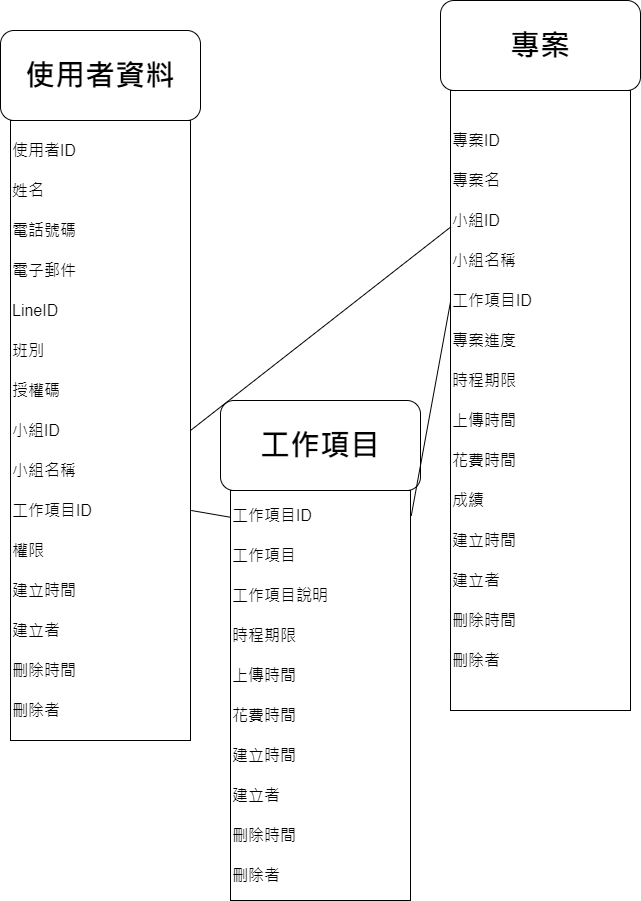
Before: 概念圖.png, a diagram exported from draw.io (hfregg654/Projectdesign_ProjectImmediateReply). Source tidied: cells renumbered, new cells last; positions are measured from the earlier drawing's top-left corner, leaving out a move shared by most shapes. Its diagram source:
```xml
<mxGraphModel>
  <root>
    <mxCell id="0" />
    <mxCell id="1" parent="0" />
    <mxCell id="2" value="&lt;font style=&quot;font-size: 30px&quot;&gt;&lt;b&gt;使用者資料&lt;/b&gt;&lt;/font&gt;" style="rounded=1;whiteSpace=wrap;html=1;" parent="1" vertex="1">
      <mxGeometry y="30" width="200" height="90" as="geometry" />
    </mxCell>
    <mxCell id="3" value="&lt;font style=&quot;font-size: 30px&quot;&gt;&lt;b&gt;專案&lt;/b&gt;&lt;/font&gt;" style="rounded=1;whiteSpace=wrap;html=1;" parent="1" vertex="1">
      <mxGeometry x="440" width="200" height="90" as="geometry" />
    </mxCell>
    <mxCell id="4" value="&lt;font style=&quot;font-size: 16px ; line-height: 250%&quot;&gt;專案ID&lt;br&gt;專案名&lt;br&gt;小組ID&lt;br&gt;小組名稱&lt;br&gt;工作項目ID&lt;br&gt;專案進度&lt;br&gt;時程期限&lt;br&gt;上傳時間&lt;br&gt;花費時間&lt;br&gt;成績&lt;br&gt;建立時間&lt;br&gt;建立者&lt;br&gt;刪除時間&lt;br&gt;刪除者&lt;/font&gt;" style="rounded=0;whiteSpace=wrap;html=1;align=left;" parent="1" vertex="1">
      <mxGeometry x="450" y="90" width="180" height="620" as="geometry" />
    </mxCell>
    <mxCell id="5" value="&lt;p style=&quot;line-height: 100%&quot;&gt;&lt;/p&gt;&lt;div style=&quot;line-height: 250% ; font-size: 16px&quot;&gt;&lt;font style=&quot;font-size: 16px&quot;&gt;使用者ID&lt;/font&gt;&lt;/div&gt;&lt;div style=&quot;font-size: 16px&quot;&gt;&lt;font style=&quot;font-size: 16px ; line-height: 250%&quot;&gt;姓名&lt;/font&gt;&lt;/div&gt;&lt;div style=&quot;font-size: 16px&quot;&gt;&lt;font style=&quot;font-size: 16px ; line-height: 250%&quot;&gt;電話號碼&lt;/font&gt;&lt;/div&gt;&lt;div style=&quot;font-size: 16px&quot;&gt;&lt;font style=&quot;font-size: 16px ; line-height: 250%&quot;&gt;電子郵件&lt;/font&gt;&lt;/div&gt;&lt;div style=&quot;font-size: 16px&quot;&gt;&lt;font style=&quot;font-size: 16px ; line-height: 250%&quot;&gt;LineID&lt;/font&gt;&lt;/div&gt;&lt;div style=&quot;font-size: 16px&quot;&gt;&lt;font style=&quot;font-size: 16px ; line-height: 250%&quot;&gt;班別&lt;/font&gt;&lt;/div&gt;&lt;div style=&quot;font-size: 16px&quot;&gt;&lt;font style=&quot;font-size: 16px ; line-height: 250%&quot;&gt;授權碼&lt;/font&gt;&lt;/div&gt;&lt;div style=&quot;font-size: 16px&quot;&gt;&lt;font style=&quot;font-size: 16px ; line-height: 250%&quot;&gt;小組ID&lt;/font&gt;&lt;/div&gt;&lt;div style=&quot;font-size: 16px&quot;&gt;&lt;font style=&quot;font-size: 16px ; line-height: 250%&quot;&gt;小組名稱&lt;/font&gt;&lt;/div&gt;&lt;div style=&quot;font-size: 16px&quot;&gt;&lt;font style=&quot;font-size: 16px ; line-height: 250%&quot;&gt;工作項目ID&lt;/font&gt;&lt;/div&gt;&lt;div style=&quot;font-size: 16px&quot;&gt;&lt;font style=&quot;font-size: 16px ; line-height: 250%&quot;&gt;權限&lt;/font&gt;&lt;/div&gt;&lt;div style=&quot;font-size: 16px&quot;&gt;&lt;font style=&quot;font-size: 16px ; line-height: 250%&quot;&gt;建立時間&lt;/font&gt;&lt;/div&gt;&lt;div style=&quot;font-size: 16px&quot;&gt;&lt;font style=&quot;font-size: 16px ; line-height: 250%&quot;&gt;建立者&lt;/font&gt;&lt;/div&gt;&lt;div style=&quot;font-size: 16px&quot;&gt;&lt;font style=&quot;font-size: 16px ; line-height: 250%&quot;&gt;刪除時間&lt;/font&gt;&lt;/div&gt;&lt;div style=&quot;font-size: 16px&quot;&gt;&lt;font style=&quot;font-size: 16px ; line-height: 250%&quot;&gt;刪除者&lt;/font&gt;&lt;/div&gt;&lt;p&gt;&lt;/p&gt;" style="rounded=0;whiteSpace=wrap;html=1;align=left;" parent="1" vertex="1">
      <mxGeometry x="10" y="120" width="180" height="620" as="geometry" />
    </mxCell>
    <mxCell id="6" style="endArrow=none;html=1;exitX=1;exitY=0.5;exitDx=0;exitDy=0;entryX=0.002;entryY=0.22;entryDx=0;entryDy=0;entryPerimeter=0;" parent="1" edge="1" source="5" target="4">
      <mxGeometry relative="1" as="geometry" />
    </mxCell>
    <mxCell id="7" value="&lt;font style=&quot;font-size: 30px&quot;&gt;&lt;b&gt;工作項目&lt;/b&gt;&lt;/font&gt;" style="rounded=1;whiteSpace=wrap;html=1;" parent="1" vertex="1">
      <mxGeometry x="220" y="400" width="200" height="90" as="geometry" />
    </mxCell>
    <mxCell id="8" value="&lt;font style=&quot;line-height: 250% ; font-size: 16px&quot;&gt;工作項目ID&lt;br&gt;工作項目&lt;br&gt;工作項目說明&lt;br&gt;時程期限&lt;br&gt;上傳時間&lt;br&gt;花費時間&lt;br&gt;建立時間&lt;br&gt;建立者&lt;br&gt;刪除時間&lt;br&gt;刪除者&lt;br&gt;&lt;/font&gt;" style="rounded=0;whiteSpace=wrap;html=1;align=left;" parent="1" vertex="1">
      <mxGeometry x="230" y="490" width="180" height="410" as="geometry" />
    </mxCell>
    <mxCell id="9" style="endArrow=none;html=1;entryX=0;entryY=0.341;entryDx=0;entryDy=0;entryPerimeter=0;exitX=1.004;exitY=0.062;exitDx=0;exitDy=0;exitPerimeter=0;" parent="1" edge="1" source="8" target="4">
      <mxGeometry relative="1" as="geometry" />
    </mxCell>
    <mxCell id="10" style="endArrow=none;html=1;exitX=1.004;exitY=0.629;exitDx=0;exitDy=0;exitPerimeter=0;entryX=-0.004;entryY=0.065;entryDx=0;entryDy=0;entryPerimeter=0;" parent="1" edge="1" source="5" target="8">
      <mxGeometry relative="1" as="geometry" />
    </mxCell>
  </root>
</mxGraphModel>
```
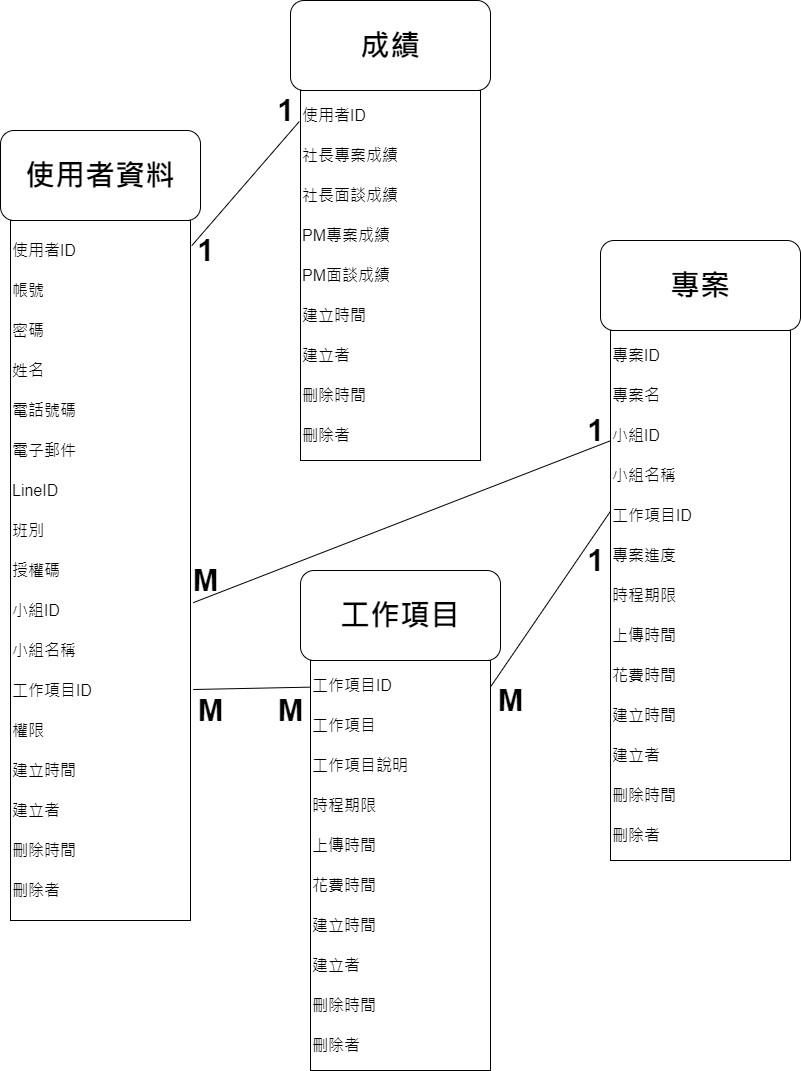
The same file after the commit.

Change to the diagram source:
```diff
@@ -3,31 +3,64 @@
     <mxCell id="0" />
     <mxCell id="1" parent="0" />
     <mxCell id="2" value="&lt;font style=&quot;font-size: 30px&quot;&gt;&lt;b&gt;使用者資料&lt;/b&gt;&lt;/font&gt;" style="rounded=1;whiteSpace=wrap;html=1;" parent="1" vertex="1">
-      <mxGeometry y="30" width="200" height="90" as="geometry" />
+      <mxGeometry x="310" y="-230" width="200" height="90" as="geometry" />
     </mxCell>
     <mxCell id="3" value="&lt;font style=&quot;font-size: 30px&quot;&gt;&lt;b&gt;專案&lt;/b&gt;&lt;/font&gt;" style="rounded=1;whiteSpace=wrap;html=1;" parent="1" vertex="1">
-      <mxGeometry x="440" width="200" height="90" as="geometry" />
+      <mxGeometry x="910" y="-120" width="200" height="90" as="geometry" />
     </mxCell>
-    <mxCell id="4" value="&lt;font style=&quot;font-size: 16px ; line-height: 250%&quot;&gt;專案ID&lt;br&gt;專案名&lt;br&gt;小組ID&lt;br&gt;小組名稱&lt;br&gt;工作項目ID&lt;br&gt;專案進度&lt;br&gt;時程期限&lt;br&gt;上傳時間&lt;br&gt;花費時間&lt;br&gt;成績&lt;br&gt;建立時間&lt;br&gt;建立者&lt;br&gt;刪除時間&lt;br&gt;刪除者&lt;/font&gt;" style="rounded=0;whiteSpace=wrap;html=1;align=left;" parent="1" vertex="1">
-      <mxGeometry x="450" y="90" width="180" height="620" as="geometry" />
+    <mxCell id="4" value="&lt;font style=&quot;font-size: 16px ; line-height: 250%&quot;&gt;專案ID&lt;br&gt;專案名&lt;br&gt;小組ID&lt;br&gt;小組名稱&lt;br&gt;工作項目ID&lt;br&gt;專案進度&lt;br&gt;時程期限&lt;br&gt;上傳時間&lt;br&gt;花費時間&lt;br&gt;建立時間&lt;br&gt;建立者&lt;br&gt;刪除時間&lt;br&gt;刪除者&lt;/font&gt;" style="rounded=0;whiteSpace=wrap;html=1;align=left;" parent="1" vertex="1">
+      <mxGeometry x="920" y="-30" width="180" height="530" as="geometry" />
     </mxCell>
-    <mxCell id="5" value="&lt;p style=&quot;line-height: 100%&quot;&gt;&lt;/p&gt;&lt;div style=&quot;line-height: 250% ; font-size: 16px&quot;&gt;&lt;font style=&quot;font-size: 16px&quot;&gt;使用者ID&lt;/font&gt;&lt;/div&gt;&lt;div style=&quot;font-size: 16px&quot;&gt;&lt;font style=&quot;font-size: 16px ; line-height: 250%&quot;&gt;姓名&lt;/font&gt;&lt;/div&gt;&lt;div style=&quot;font-size: 16px&quot;&gt;&lt;font style=&quot;font-size: 16px ; line-height: 250%&quot;&gt;電話號碼&lt;/font&gt;&lt;/div&gt;&lt;div style=&quot;font-size: 16px&quot;&gt;&lt;font style=&quot;font-size: 16px ; line-height: 250%&quot;&gt;電子郵件&lt;/font&gt;&lt;/div&gt;&lt;div style=&quot;font-size: 16px&quot;&gt;&lt;font style=&quot;font-size: 16px ; line-height: 250%&quot;&gt;LineID&lt;/font&gt;&lt;/div&gt;&lt;div style=&quot;font-size: 16px&quot;&gt;&lt;font style=&quot;font-size: 16px ; line-height: 250%&quot;&gt;班別&lt;/font&gt;&lt;/div&gt;&lt;div style=&quot;font-size: 16px&quot;&gt;&lt;font style=&quot;font-size: 16px ; line-height: 250%&quot;&gt;授權碼&lt;/font&gt;&lt;/div&gt;&lt;div style=&quot;font-size: 16px&quot;&gt;&lt;font style=&quot;font-size: 16px ; line-height: 250%&quot;&gt;小組ID&lt;/font&gt;&lt;/div&gt;&lt;div style=&quot;font-size: 16px&quot;&gt;&lt;font style=&quot;font-size: 16px ; line-height: 250%&quot;&gt;小組名稱&lt;/font&gt;&lt;/div&gt;&lt;div style=&quot;font-size: 16px&quot;&gt;&lt;font style=&quot;font-size: 16px ; line-height: 250%&quot;&gt;工作項目ID&lt;/font&gt;&lt;/div&gt;&lt;div style=&quot;font-size: 16px&quot;&gt;&lt;font style=&quot;font-size: 16px ; line-height: 250%&quot;&gt;權限&lt;/font&gt;&lt;/div&gt;&lt;div style=&quot;font-size: 16px&quot;&gt;&lt;font style=&quot;font-size: 16px ; line-height: 250%&quot;&gt;建立時間&lt;/font&gt;&lt;/div&gt;&lt;div style=&quot;font-size: 16px&quot;&gt;&lt;font style=&quot;font-size: 16px ; line-height: 250%&quot;&gt;建立者&lt;/font&gt;&lt;/div&gt;&lt;div style=&quot;font-size: 16px&quot;&gt;&lt;font style=&quot;font-size: 16px ; line-height: 250%&quot;&gt;刪除時間&lt;/font&gt;&lt;/div&gt;&lt;div style=&quot;font-size: 16px&quot;&gt;&lt;font style=&quot;font-size: 16px ; line-height: 250%&quot;&gt;刪除者&lt;/font&gt;&lt;/div&gt;&lt;p&gt;&lt;/p&gt;" style="rounded=0;whiteSpace=wrap;html=1;align=left;" parent="1" vertex="1">
-      <mxGeometry x="10" y="120" width="180" height="620" as="geometry" />
+    <mxCell id="5" value="&lt;p style=&quot;line-height: 100%&quot;&gt;&lt;/p&gt;&lt;div style=&quot;line-height: 250% ; font-size: 16px&quot;&gt;&lt;font style=&quot;font-size: 16px&quot;&gt;使用者ID&lt;/font&gt;&lt;/div&gt;&lt;div style=&quot;line-height: 250% ; font-size: 16px&quot;&gt;&lt;font style=&quot;font-size: 16px&quot;&gt;帳號&lt;/font&gt;&lt;/div&gt;&lt;div style=&quot;line-height: 250% ; font-size: 16px&quot;&gt;&lt;font style=&quot;font-size: 16px&quot;&gt;密碼&lt;/font&gt;&lt;/div&gt;&lt;div style=&quot;font-size: 16px&quot;&gt;&lt;font style=&quot;font-size: 16px ; line-height: 250%&quot;&gt;姓名&lt;/font&gt;&lt;/div&gt;&lt;div style=&quot;font-size: 16px&quot;&gt;&lt;font style=&quot;font-size: 16px ; line-height: 250%&quot;&gt;電話號碼&lt;/font&gt;&lt;/div&gt;&lt;div style=&quot;font-size: 16px&quot;&gt;&lt;font style=&quot;font-size: 16px ; line-height: 250%&quot;&gt;電子郵件&lt;/font&gt;&lt;/div&gt;&lt;div style=&quot;font-size: 16px&quot;&gt;&lt;font style=&quot;font-size: 16px ; line-height: 250%&quot;&gt;LineID&lt;/font&gt;&lt;/div&gt;&lt;div style=&quot;font-size: 16px&quot;&gt;&lt;font style=&quot;font-size: 16px ; line-height: 250%&quot;&gt;班別&lt;/font&gt;&lt;/div&gt;&lt;div style=&quot;font-size: 16px&quot;&gt;&lt;font style=&quot;font-size: 16px ; line-height: 250%&quot;&gt;授權碼&lt;/font&gt;&lt;/div&gt;&lt;div style=&quot;font-size: 16px&quot;&gt;&lt;font style=&quot;font-size: 16px ; line-height: 250%&quot;&gt;小組ID&lt;/font&gt;&lt;/div&gt;&lt;div style=&quot;font-size: 16px&quot;&gt;&lt;font style=&quot;font-size: 16px ; line-height: 250%&quot;&gt;小組名稱&lt;/font&gt;&lt;/div&gt;&lt;div style=&quot;font-size: 16px&quot;&gt;&lt;font style=&quot;font-size: 16px ; line-height: 250%&quot;&gt;工作項目ID&lt;/font&gt;&lt;/div&gt;&lt;div style=&quot;font-size: 16px&quot;&gt;&lt;font style=&quot;font-size: 16px ; line-height: 250%&quot;&gt;權限&lt;/font&gt;&lt;/div&gt;&lt;div style=&quot;font-size: 16px&quot;&gt;&lt;font style=&quot;font-size: 16px ; line-height: 250%&quot;&gt;建立時間&lt;/font&gt;&lt;/div&gt;&lt;div style=&quot;font-size: 16px&quot;&gt;&lt;font style=&quot;font-size: 16px ; line-height: 250%&quot;&gt;建立者&lt;/font&gt;&lt;/div&gt;&lt;div style=&quot;font-size: 16px&quot;&gt;&lt;font style=&quot;font-size: 16px ; line-height: 250%&quot;&gt;刪除時間&lt;/font&gt;&lt;/div&gt;&lt;div style=&quot;font-size: 16px&quot;&gt;&lt;font style=&quot;font-size: 16px ; line-height: 250%&quot;&gt;刪除者&lt;/font&gt;&lt;/div&gt;&lt;p&gt;&lt;/p&gt;" style="rounded=0;whiteSpace=wrap;html=1;align=left;" parent="1" vertex="1">
+      <mxGeometry x="320" y="-140" width="180" height="700" as="geometry" />
     </mxCell>
-    <mxCell id="6" style="endArrow=none;html=1;exitX=1;exitY=0.5;exitDx=0;exitDy=0;entryX=0.002;entryY=0.22;entryDx=0;entryDy=0;entryPerimeter=0;" parent="1" edge="1" source="5" target="4">
+    <mxCell id="6" style="endArrow=none;html=1;exitX=1.015;exitY=0.546;exitDx=0;exitDy=0;exitPerimeter=0;entryX=0;entryY=0.208;entryDx=0;entryDy=0;entryPerimeter=0;" parent="1" edge="1" source="5" target="4">
       <mxGeometry relative="1" as="geometry" />
     </mxCell>
     <mxCell id="7" value="&lt;font style=&quot;font-size: 30px&quot;&gt;&lt;b&gt;工作項目&lt;/b&gt;&lt;/font&gt;" style="rounded=1;whiteSpace=wrap;html=1;" parent="1" vertex="1">
-      <mxGeometry x="220" y="400" width="200" height="90" as="geometry" />
+      <mxGeometry x="610" y="210" width="200" height="90" as="geometry" />
     </mxCell>
     <mxCell id="8" value="&lt;font style=&quot;line-height: 250% ; font-size: 16px&quot;&gt;工作項目ID&lt;br&gt;工作項目&lt;br&gt;工作項目說明&lt;br&gt;時程期限&lt;br&gt;上傳時間&lt;br&gt;花費時間&lt;br&gt;建立時間&lt;br&gt;建立者&lt;br&gt;刪除時間&lt;br&gt;刪除者&lt;br&gt;&lt;/font&gt;" style="rounded=0;whiteSpace=wrap;html=1;align=left;" parent="1" vertex="1">
-      <mxGeometry x="230" y="490" width="180" height="410" as="geometry" />
+      <mxGeometry x="620" y="300" width="180" height="410" as="geometry" />
     </mxCell>
     <mxCell id="9" style="endArrow=none;html=1;entryX=0;entryY=0.341;entryDx=0;entryDy=0;entryPerimeter=0;exitX=1.004;exitY=0.062;exitDx=0;exitDy=0;exitPerimeter=0;" parent="1" edge="1" source="8" target="4">
       <mxGeometry relative="1" as="geometry" />
     </mxCell>
-    <mxCell id="10" style="endArrow=none;html=1;exitX=1.004;exitY=0.629;exitDx=0;exitDy=0;exitPerimeter=0;entryX=-0.004;entryY=0.065;entryDx=0;entryDy=0;entryPerimeter=0;" parent="1" edge="1" source="5" target="8">
+    <mxCell id="10" style="endArrow=none;html=1;exitX=1.015;exitY=0.67;exitDx=0;exitDy=0;exitPerimeter=0;entryX=-0.004;entryY=0.065;entryDx=0;entryDy=0;entryPerimeter=0;" parent="1" edge="1" source="5" target="8">
       <mxGeometry relative="1" as="geometry" />
     </mxCell>
+    <mxCell id="11" value="&lt;font style=&quot;font-size: 30px&quot;&gt;&lt;b&gt;成績&lt;/b&gt;&lt;/font&gt;" style="rounded=1;whiteSpace=wrap;html=1;" parent="1" vertex="1">
+      <mxGeometry x="600" y="-360" width="200" height="90" as="geometry" />
+    </mxCell>
+    <mxCell id="12" value="&lt;font style=&quot;font-size: 16px ; line-height: 250%&quot;&gt;使用者ID&lt;br&gt;社長專案成績&lt;br&gt;社長面談成績&lt;br&gt;PM專案成績&lt;br&gt;PM面談成績&lt;br&gt;建立時間&lt;br&gt;建立者&lt;br&gt;刪除時間&lt;br&gt;刪除者&lt;br&gt;&lt;/font&gt;" style="rounded=0;whiteSpace=wrap;html=1;align=left;" parent="1" vertex="1">
+      <mxGeometry x="610" y="-270" width="180" height="370" as="geometry" />
+    </mxCell>
+    <mxCell id="13" style="endArrow=none;html=1;exitX=1.007;exitY=0.036;exitDx=0;exitDy=0;exitPerimeter=0;entryX=-0.007;entryY=0.084;entryDx=0;entryDy=0;entryPerimeter=0;" parent="1" edge="1" source="5" target="12">
+      <mxGeometry relative="1" as="geometry" />
+    </mxCell>
+    <mxCell id="14" value="&lt;font style=&quot;font-size: 30px&quot;&gt;&lt;b&gt;1&lt;/b&gt;&lt;/font&gt;" style="text;html=1;align=center;verticalAlign=middle;" parent="1" vertex="1">
+      <mxGeometry x="890" y="190" width="30" height="20" as="geometry" />
+    </mxCell>
+    <mxCell id="15" value="&lt;font style=&quot;font-size: 30px&quot;&gt;&lt;b&gt;1&lt;/b&gt;&lt;/font&gt;" style="text;html=1;align=center;verticalAlign=middle;" parent="1" vertex="1">
+      <mxGeometry x="890" y="60" width="30" height="20" as="geometry" />
+    </mxCell>
+    <mxCell id="16" value="&lt;font style=&quot;font-size: 30px&quot;&gt;&lt;b&gt;1&lt;/b&gt;&lt;/font&gt;" style="text;html=1;align=center;verticalAlign=middle;" parent="1" vertex="1">
+      <mxGeometry x="500" y="-120" width="30" height="20" as="geometry" />
+    </mxCell>
+    <mxCell id="17" value="&lt;font style=&quot;font-size: 30px&quot;&gt;&lt;b&gt;1&lt;/b&gt;&lt;/font&gt;" style="text;html=1;align=center;verticalAlign=middle;" parent="1" vertex="1">
+      <mxGeometry x="580" y="-260" width="30" height="20" as="geometry" />
+    </mxCell>
+    <mxCell id="18" value="&lt;span style=&quot;font-size: 30px&quot;&gt;&lt;b&gt;M&lt;/b&gt;&lt;/span&gt;" style="text;html=1;align=center;verticalAlign=middle;" parent="1" vertex="1">
+      <mxGeometry x="800" y="330" width="40" height="20" as="geometry" />
+    </mxCell>
+    <mxCell id="19" value="&lt;span style=&quot;font-size: 30px&quot;&gt;&lt;b&gt;M&lt;/b&gt;&lt;/span&gt;" style="text;html=1;align=center;verticalAlign=middle;" parent="1" vertex="1">
+      <mxGeometry x="580" y="340" width="40" height="20" as="geometry" />
+    </mxCell>
+    <mxCell id="20" value="&lt;span style=&quot;font-size: 30px&quot;&gt;&lt;b&gt;M&lt;/b&gt;&lt;/span&gt;" style="text;html=1;align=center;verticalAlign=middle;" parent="1" vertex="1">
+      <mxGeometry x="500" y="340" width="40" height="20" as="geometry" />
+    </mxCell>
+    <mxCell id="21" value="&lt;span style=&quot;font-size: 30px&quot;&gt;&lt;b&gt;M&lt;/b&gt;&lt;/span&gt;" style="text;html=1;align=center;verticalAlign=middle;" parent="1" vertex="1">
+      <mxGeometry x="495" y="210" width="40" height="20" as="geometry" />
+    </mxCell>
   </root>
 </mxGraphModel>
```
